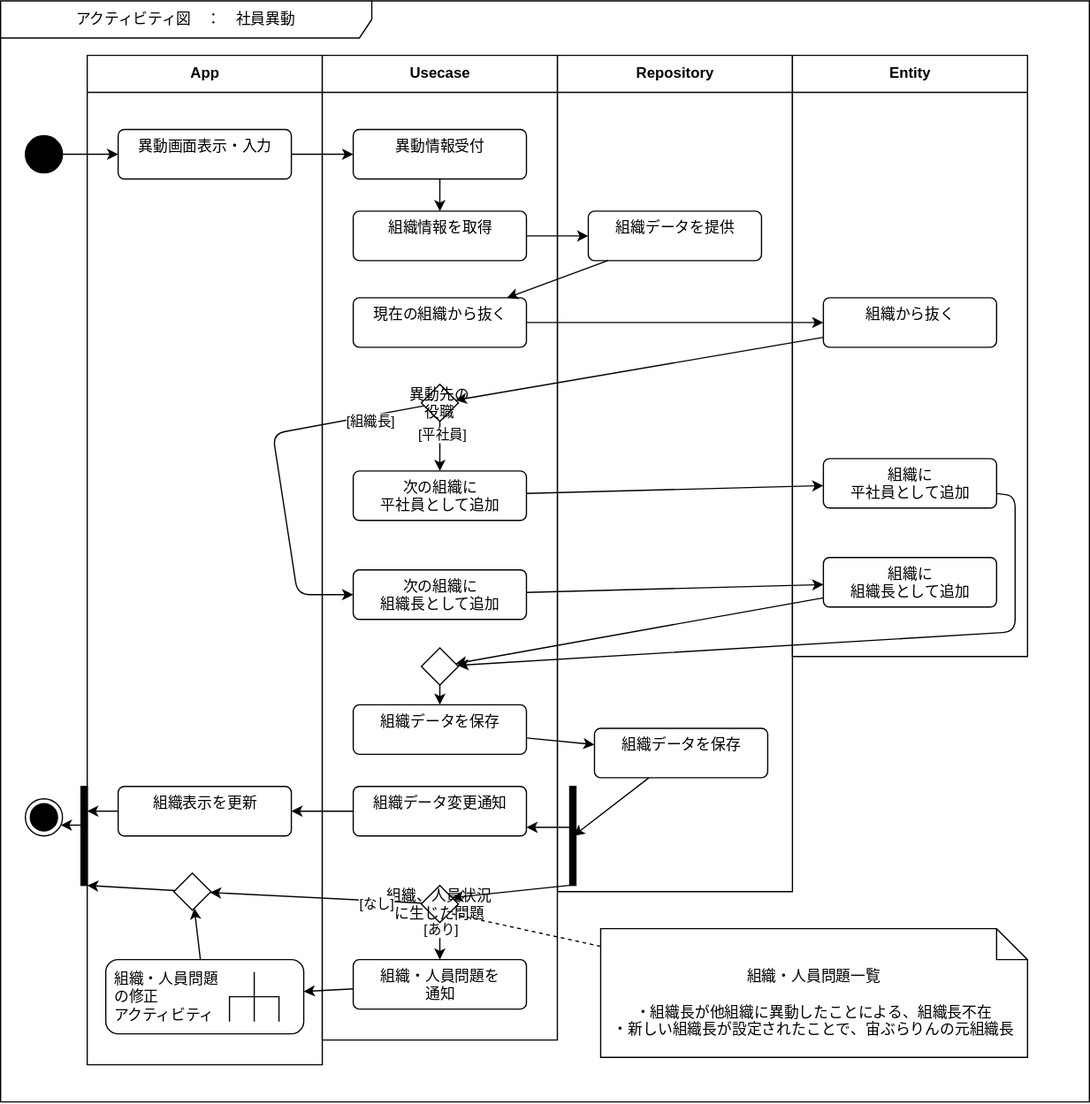
Before: Designs/アクティビティ/社員異動.svg, a diagram exported from draw.io (bosssanovar/LightMvvmSample). Source tidied: cells renumbered, new cells last; positions are measured from the earlier drawing's top-left corner, leaving out a move shared by most shapes. Its diagram source:
```xml
<mxGraphModel>
  <root>
    <mxCell id="0" />
    <mxCell id="1" parent="0" />
    <mxCell id="2" value="アクティビティ図　：　社員異動" style="shape=umlFrame;whiteSpace=wrap;html=1;swimlaneFillColor=#FFFFFF;width=300;height=30;" parent="1" vertex="1">
      <mxGeometry width="880" height="890" as="geometry" />
    </mxCell>
    <mxCell id="3" value="Repository" style="swimlane;fontStyle=1;align=center;horizontal=1;startSize=30;html=1;swimlaneFillColor=#FFFFFF;" parent="1" vertex="1">
      <mxGeometry x="450" y="44" width="190" height="676" as="geometry" />
    </mxCell>
    <mxCell id="4" value="組織データを提供" style="html=1;align=center;verticalAlign=top;rounded=1;absoluteArcSize=1;arcSize=10;dashed=0;" parent="3" vertex="1">
      <mxGeometry x="25" y="126" width="140" height="40" as="geometry" />
    </mxCell>
    <mxCell id="5" style="edgeStyle=none;html=1;" parent="3" edge="1" source="6">
      <mxGeometry relative="1" as="geometry">
        <mxPoint x="13" y="631" as="targetPoint" />
      </mxGeometry>
    </mxCell>
    <mxCell id="6" value="組織データを保存" style="html=1;align=center;verticalAlign=top;rounded=1;absoluteArcSize=1;arcSize=10;dashed=0;" parent="3" vertex="1">
      <mxGeometry x="30" y="544" width="140" height="40" as="geometry" />
    </mxCell>
    <mxCell id="7" style="html=1;points=[];perimeter=orthogonalPerimeter;fillColor=strokeColor;" parent="3" vertex="1">
      <mxGeometry x="10" y="591" width="5" height="80" as="geometry" />
    </mxCell>
    <mxCell id="8" value="Entity" style="swimlane;fontStyle=1;align=center;horizontal=1;startSize=30;html=1;swimlaneFillColor=#FFFFFF;" parent="1" vertex="1">
      <mxGeometry x="640" y="44" width="190" height="486" as="geometry" />
    </mxCell>
    <mxCell id="9" value="組織から抜く" style="html=1;align=center;verticalAlign=top;rounded=1;absoluteArcSize=1;arcSize=10;dashed=0;" parent="8" vertex="1">
      <mxGeometry x="25" y="196" width="140" height="40" as="geometry" />
    </mxCell>
    <mxCell id="10" value="組織に&lt;br&gt;平社員として追加" style="html=1;align=center;verticalAlign=top;rounded=1;absoluteArcSize=1;arcSize=10;dashed=0;" parent="8" vertex="1">
      <mxGeometry x="25" y="326" width="140" height="40" as="geometry" />
    </mxCell>
    <mxCell id="11" value="組織に&lt;br&gt;組織長として追加" style="html=1;align=center;verticalAlign=top;rounded=1;absoluteArcSize=1;arcSize=10;dashed=0;" parent="8" vertex="1">
      <mxGeometry x="25" y="406" width="140" height="40" as="geometry" />
    </mxCell>
    <mxCell id="12" value="App" style="swimlane;fontStyle=1;align=center;horizontal=1;startSize=30;html=1;swimlaneFillColor=#FFFFFF;" parent="1" vertex="1">
      <mxGeometry x="70" y="44" width="190" height="816" as="geometry" />
    </mxCell>
    <mxCell id="13" value="異動画面表示・入力" style="html=1;align=center;verticalAlign=top;rounded=1;absoluteArcSize=1;arcSize=10;dashed=0;" parent="12" vertex="1">
      <mxGeometry x="25" y="60" width="140" height="40" as="geometry" />
    </mxCell>
    <mxCell id="14" style="edgeStyle=none;html=1;" parent="12" edge="1" source="15" target="16">
      <mxGeometry relative="1" as="geometry" />
    </mxCell>
    <mxCell id="15" value="組織表示を更新" style="html=1;align=center;verticalAlign=top;rounded=1;absoluteArcSize=1;arcSize=10;dashed=0;" parent="12" vertex="1">
      <mxGeometry x="25" y="591" width="140" height="40" as="geometry" />
    </mxCell>
    <mxCell id="16" style="html=1;points=[];perimeter=orthogonalPerimeter;fillColor=strokeColor;" parent="12" vertex="1">
      <mxGeometry x="-5" y="591" width="5" height="80" as="geometry" />
    </mxCell>
    <mxCell id="17" style="edgeStyle=none;html=1;" parent="12" edge="1" source="18" target="16">
      <mxGeometry relative="1" as="geometry" />
    </mxCell>
    <mxCell id="18" style="rhombus;" parent="12" vertex="1">
      <mxGeometry x="70" y="661" width="30" height="30" as="geometry" />
    </mxCell>
    <mxCell id="19" style="edgeStyle=none;html=1;" parent="12" edge="1" source="20" target="18">
      <mxGeometry relative="1" as="geometry" />
    </mxCell>
    <mxCell id="20" value="組織・人員問題&lt;br&gt;の修正&lt;br&gt;アクティビティ" style="shape=mxgraph.uml25.behaviorAction;html=1;rounded=1;absoluteArcSize=1;arcSize=10;align=left;spacingLeft=5;" parent="12" vertex="1">
      <mxGeometry x="15" y="731" width="160" height="60" as="geometry" />
    </mxCell>
    <mxCell id="21" value="Usecase" style="swimlane;fontStyle=1;align=center;horizontal=1;startSize=30;html=1;swimlaneFillColor=#FFFFFF;" parent="1" vertex="1">
      <mxGeometry x="260" y="44" width="190" height="796" as="geometry" />
    </mxCell>
    <mxCell id="22" style="edgeStyle=none;html=1;" parent="21" edge="1" source="23" target="25">
      <mxGeometry relative="1" as="geometry" />
    </mxCell>
    <mxCell id="23" value="異動情報受付" style="html=1;align=center;verticalAlign=top;rounded=1;absoluteArcSize=1;arcSize=10;dashed=0;" parent="21" vertex="1">
      <mxGeometry x="25" y="60" width="140" height="40" as="geometry" />
    </mxCell>
    <mxCell id="24" value="現在の組織から抜く" style="html=1;align=center;verticalAlign=top;rounded=1;absoluteArcSize=1;arcSize=10;dashed=0;" parent="21" vertex="1">
      <mxGeometry x="25" y="196" width="140" height="40" as="geometry" />
    </mxCell>
    <mxCell id="25" value="組織情報を取得" style="html=1;align=center;verticalAlign=top;rounded=1;absoluteArcSize=1;arcSize=10;dashed=0;" parent="21" vertex="1">
      <mxGeometry x="25" y="126" width="140" height="40" as="geometry" />
    </mxCell>
    <mxCell id="26" value="次の組織に&lt;br&gt;平社員として追加" style="html=1;align=center;verticalAlign=top;rounded=1;absoluteArcSize=1;arcSize=10;dashed=0;" parent="21" vertex="1">
      <mxGeometry x="25" y="336" width="140" height="40" as="geometry" />
    </mxCell>
    <mxCell id="27" value="組織データを保存" style="html=1;align=center;verticalAlign=top;rounded=1;absoluteArcSize=1;arcSize=10;dashed=0;" parent="21" vertex="1">
      <mxGeometry x="25" y="525" width="140" height="40" as="geometry" />
    </mxCell>
    <mxCell id="28" value="組織データ変更通知" style="html=1;align=center;verticalAlign=top;rounded=1;absoluteArcSize=1;arcSize=10;dashed=0;" parent="21" vertex="1">
      <mxGeometry x="25" y="591" width="140" height="40" as="geometry" />
    </mxCell>
    <mxCell id="29" style="edgeStyle=none;html=1;" parent="21" edge="1" source="33" target="26">
      <mxGeometry relative="1" as="geometry" />
    </mxCell>
    <mxCell id="30" value="[平社員]" style="edgeLabel;html=1;align=center;verticalAlign=middle;" parent="29" vertex="1">
      <mxGeometry x="-0.48" y="1" relative="1" as="geometry" />
    </mxCell>
    <mxCell id="31" style="edgeStyle=none;html=1;endArrow=classic;endFill=1;" parent="21" edge="1" source="33" target="40">
      <mxGeometry relative="1" as="geometry">
        <Array as="points">
          <mxPoint x="-40" y="306" />
          <mxPoint x="-20" y="436" />
        </Array>
      </mxGeometry>
    </mxCell>
    <mxCell id="32" value="[組織長]" style="edgeLabel;html=1;align=center;verticalAlign=middle;" parent="31" vertex="1">
      <mxGeometry x="-0.71" y="3" relative="1" as="geometry">
        <mxPoint x="-1" as="offset" />
      </mxGeometry>
    </mxCell>
    <mxCell id="33" value="異動先の&#10;役職" style="rhombus;" parent="21" vertex="1">
      <mxGeometry x="80" y="266" width="30" height="30" as="geometry" />
    </mxCell>
    <mxCell id="34" style="edgeStyle=none;html=1;" parent="21" edge="1" source="35" target="27">
      <mxGeometry relative="1" as="geometry" />
    </mxCell>
    <mxCell id="35" style="rhombus;" parent="21" vertex="1">
      <mxGeometry x="80" y="479" width="30" height="30" as="geometry" />
    </mxCell>
    <mxCell id="36" style="edgeStyle=none;html=1;" parent="21" edge="1" source="38" target="39">
      <mxGeometry relative="1" as="geometry" />
    </mxCell>
    <mxCell id="37" value="[あり]" style="edgeLabel;html=1;align=center;verticalAlign=middle;" parent="36" vertex="1">
      <mxGeometry x="-0.69" relative="1" as="geometry" />
    </mxCell>
    <mxCell id="38" value="組織、人員状況&#10;に生じた問題" style="rhombus;" parent="21" vertex="1">
      <mxGeometry x="80" y="671" width="30" height="30" as="geometry" />
    </mxCell>
    <mxCell id="39" value="組織・人員問題を&lt;br&gt;通知" style="html=1;align=center;verticalAlign=top;rounded=1;absoluteArcSize=1;arcSize=10;dashed=0;" parent="21" vertex="1">
      <mxGeometry x="25" y="731" width="140" height="40" as="geometry" />
    </mxCell>
    <mxCell id="40" value="次の組織に&lt;br&gt;組織長として追加" style="html=1;align=center;verticalAlign=top;rounded=1;absoluteArcSize=1;arcSize=10;dashed=0;" parent="21" vertex="1">
      <mxGeometry x="25" y="416" width="140" height="40" as="geometry" />
    </mxCell>
    <mxCell id="41" style="edgeStyle=none;html=1;" parent="1" edge="1" source="42" target="13">
      <mxGeometry relative="1" as="geometry" />
    </mxCell>
    <mxCell id="42" style="ellipse;fillColor=strokeColor;" parent="1" vertex="1">
      <mxGeometry x="20" y="109" width="30" height="30" as="geometry" />
    </mxCell>
    <mxCell id="43" style="edgeStyle=none;html=1;" parent="1" edge="1" source="13" target="23">
      <mxGeometry relative="1" as="geometry" />
    </mxCell>
    <mxCell id="44" style="edgeStyle=none;html=1;" parent="1" edge="1" source="25" target="4">
      <mxGeometry relative="1" as="geometry" />
    </mxCell>
    <mxCell id="45" style="edgeStyle=none;html=1;" parent="1" edge="1" source="4" target="24">
      <mxGeometry relative="1" as="geometry" />
    </mxCell>
    <mxCell id="46" style="edgeStyle=none;html=1;" parent="1" edge="1" source="24" target="9">
      <mxGeometry relative="1" as="geometry" />
    </mxCell>
    <mxCell id="47" style="edgeStyle=none;html=1;" parent="1" edge="1" source="26" target="10">
      <mxGeometry relative="1" as="geometry" />
    </mxCell>
    <mxCell id="48" style="edgeStyle=none;html=1;" parent="1" edge="1" source="10" target="35">
      <mxGeometry relative="1" as="geometry">
        <Array as="points">
          <mxPoint x="820" y="400" />
          <mxPoint x="820" y="510" />
        </Array>
      </mxGeometry>
    </mxCell>
    <mxCell id="49" style="edgeStyle=none;html=1;" parent="1" edge="1" source="27" target="6">
      <mxGeometry relative="1" as="geometry" />
    </mxCell>
    <mxCell id="50" style="ellipse;html=1;shape=endState;fillColor=strokeColor;" parent="1" vertex="1">
      <mxGeometry x="20" y="645" width="30" height="30" as="geometry" />
    </mxCell>
    <mxCell id="51" style="edgeStyle=none;html=1;" parent="1" edge="1" source="28" target="15">
      <mxGeometry relative="1" as="geometry" />
    </mxCell>
    <mxCell id="52" style="edgeStyle=none;html=1;" parent="1" edge="1" source="9" target="33">
      <mxGeometry relative="1" as="geometry" />
    </mxCell>
    <mxCell id="53" style="edgeStyle=none;html=1;" parent="1" edge="1" source="7" target="28">
      <mxGeometry relative="1" as="geometry" />
    </mxCell>
    <mxCell id="54" style="edgeStyle=none;html=1;" parent="1" edge="1" source="7" target="38">
      <mxGeometry relative="1" as="geometry" />
    </mxCell>
    <mxCell id="55" style="edgeStyle=none;html=1;" parent="1" edge="1" source="16" target="50">
      <mxGeometry relative="1" as="geometry" />
    </mxCell>
    <mxCell id="56" style="edgeStyle=none;html=1;" parent="1" edge="1" source="38" target="18">
      <mxGeometry relative="1" as="geometry" />
    </mxCell>
    <mxCell id="57" value="[なし]" style="edgeLabel;html=1;align=center;verticalAlign=middle;" parent="56" vertex="1">
      <mxGeometry x="-0.56" y="1" relative="1" as="geometry" />
    </mxCell>
    <mxCell id="58" style="edgeStyle=none;html=1;" parent="1" edge="1" source="39" target="20">
      <mxGeometry relative="1" as="geometry" />
    </mxCell>
    <mxCell id="59" style="edgeStyle=none;html=1;entryX=1;entryY=1;entryDx=0;entryDy=0;endArrow=none;endFill=0;dashed=1;" parent="1" edge="1" source="60" target="38">
      <mxGeometry relative="1" as="geometry" />
    </mxCell>
    <mxCell id="60" value="組織・人員問題一覧&lt;br&gt;&lt;br&gt;・組織長が他組織に異動したことによる、組織長不在&lt;br&gt;・新しい組織長が設定されたことで、宙ぶらりんの元組織長" style="shape=note2;boundedLbl=1;whiteSpace=wrap;html=1;size=25;verticalAlign=top;align=center;" parent="1" vertex="1">
      <mxGeometry x="485" y="750" width="345" height="104" as="geometry" />
    </mxCell>
    <mxCell id="61" style="edgeStyle=none;html=1;endArrow=classic;endFill=1;" parent="1" edge="1" source="40" target="11">
      <mxGeometry relative="1" as="geometry" />
    </mxCell>
    <mxCell id="62" style="edgeStyle=none;html=1;endArrow=classic;endFill=1;" parent="1" edge="1" source="11" target="35">
      <mxGeometry relative="1" as="geometry" />
    </mxCell>
  </root>
</mxGraphModel>
```
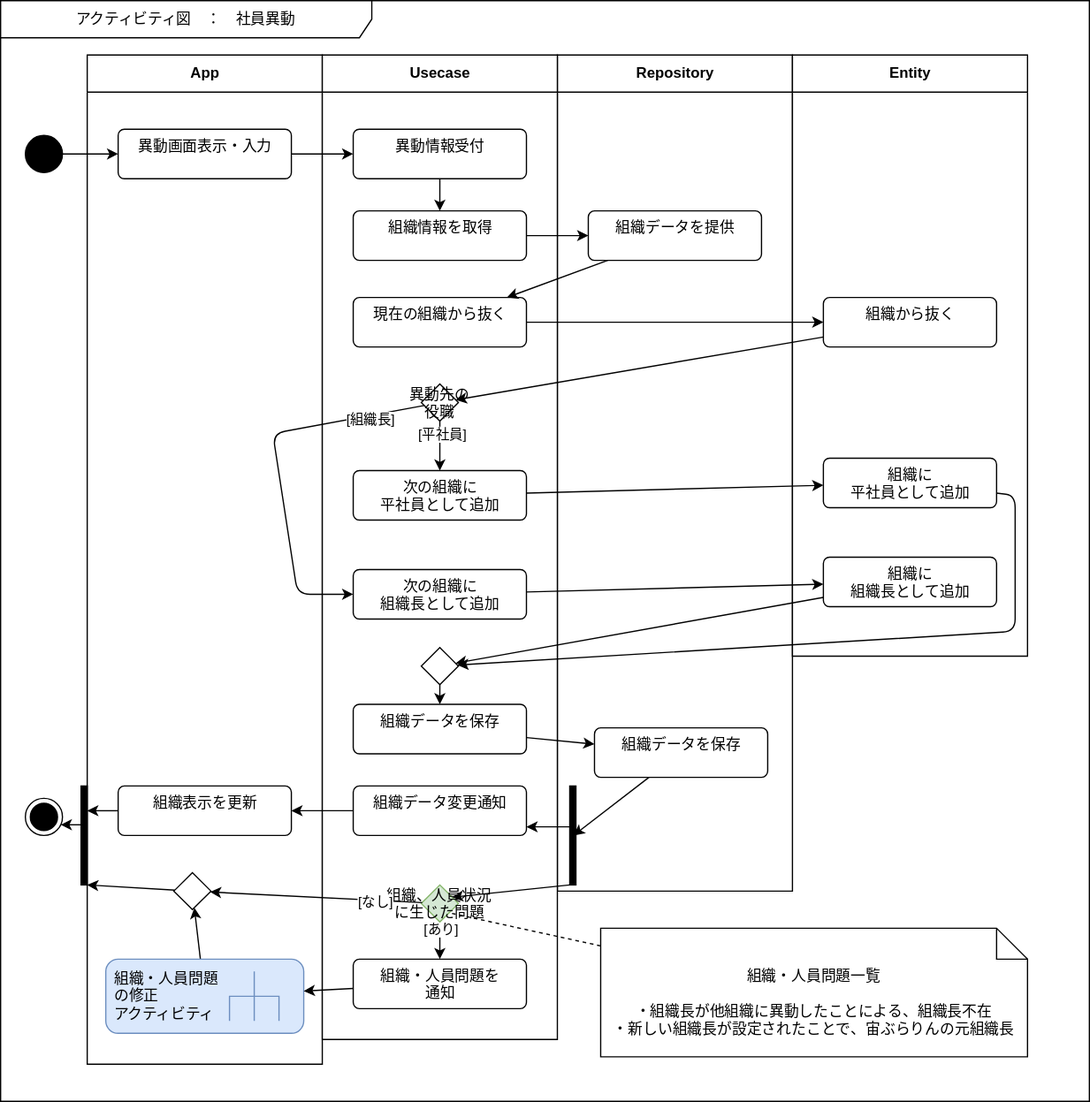
After the change.

Diff of the diagram source:
```diff
@@ -58,7 +58,7 @@
     <mxCell id="19" style="edgeStyle=none;html=1;" parent="12" edge="1" source="20" target="18">
       <mxGeometry relative="1" as="geometry" />
     </mxCell>
-    <mxCell id="20" value="組織・人員問題&lt;br&gt;の修正&lt;br&gt;アクティビティ" style="shape=mxgraph.uml25.behaviorAction;html=1;rounded=1;absoluteArcSize=1;arcSize=10;align=left;spacingLeft=5;" parent="12" vertex="1">
+    <mxCell id="20" value="組織・人員問題&lt;br&gt;の修正&lt;br&gt;アクティビティ" style="shape=mxgraph.uml25.behaviorAction;html=1;rounded=1;absoluteArcSize=1;arcSize=10;align=left;spacingLeft=5;fillColor=#dae8fc;strokeColor=#6c8ebf;" parent="12" vertex="1">
       <mxGeometry x="15" y="731" width="160" height="60" as="geometry" />
     </mxCell>
     <mxCell id="21" value="Usecase" style="swimlane;fontStyle=1;align=center;horizontal=1;startSize=30;html=1;swimlaneFillColor=#FFFFFF;" parent="1" vertex="1">
@@ -119,7 +119,7 @@
     <mxCell id="37" value="[あり]" style="edgeLabel;html=1;align=center;verticalAlign=middle;" parent="36" vertex="1">
       <mxGeometry x="-0.69" relative="1" as="geometry" />
     </mxCell>
-    <mxCell id="38" value="組織、人員状況&#10;に生じた問題" style="rhombus;" parent="21" vertex="1">
+    <mxCell id="38" value="組織、人員状況&#10;に生じた問題" style="rhombus;fillColor=#d5e8d4;strokeColor=#82b366;" parent="21" vertex="1">
       <mxGeometry x="80" y="671" width="30" height="30" as="geometry" />
     </mxCell>
     <mxCell id="39" value="組織・人員問題を&lt;br&gt;通知" style="html=1;align=center;verticalAlign=top;rounded=1;absoluteArcSize=1;arcSize=10;dashed=0;" parent="21" vertex="1">
```
